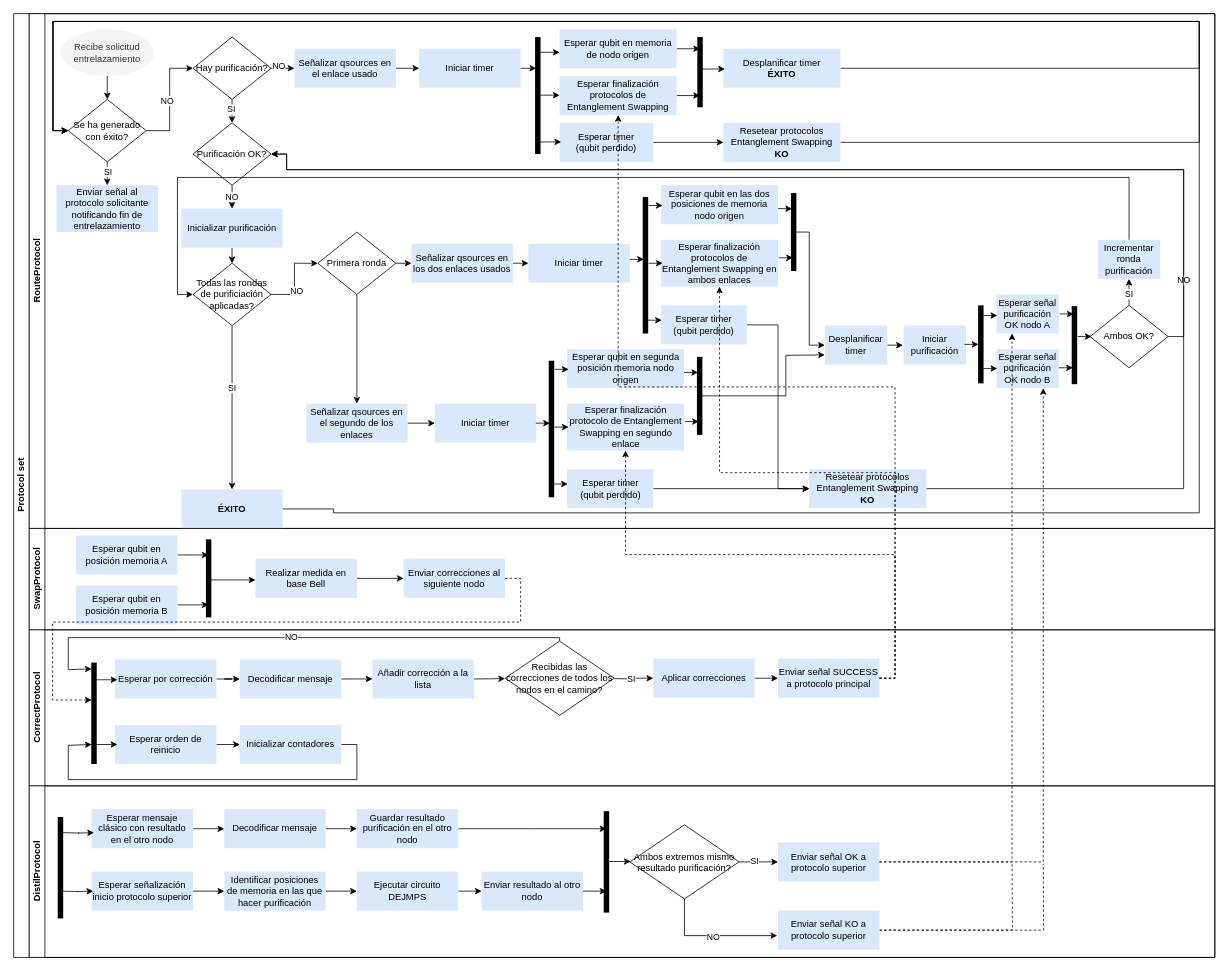
This is Diagramas/Flujo/tecRouteProtocol.drawio from davidpcuvigo/quantumcity, a draw.io file, before an edit. Source tidied: cells renumbered, new cells numbered last; positions are measured from the earlier drawing's top-left corner, leaving out a move shared by most shapes. Both pictures are drawn from the tidied source at 78%, with x=0, y=0 at pixel (13, 13).
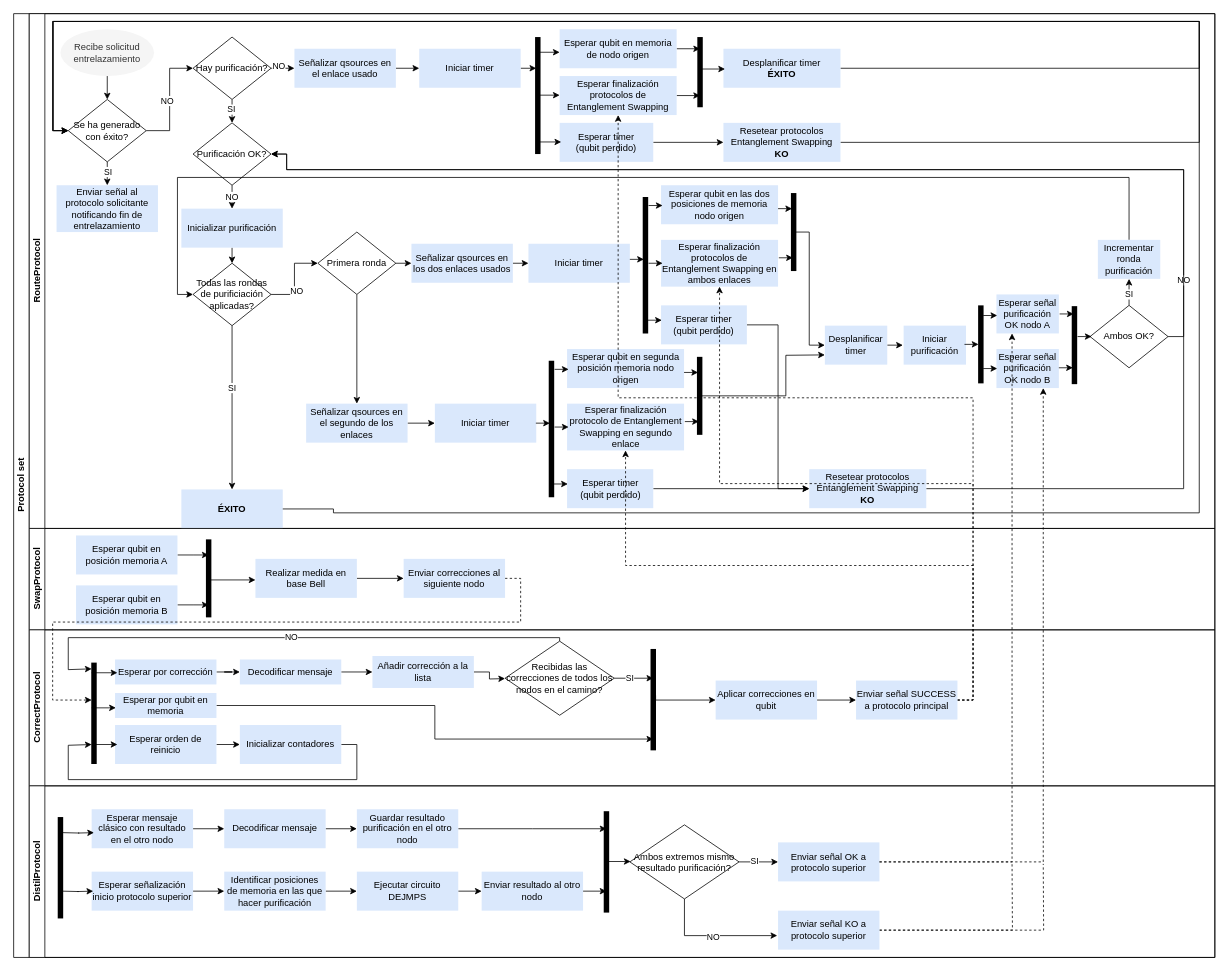
The same diagram, later.

Commit message (it also covers changes not shown here):
Corrección tiempo pérdida qubit

Unchanged cells that the change refers to:
```xml
<mxCell id="2" value="Protocol set" style="swimlane;html=1;horizontal=0;startSize=20;" parent="1" vertex="1">
  <mxGeometry width="1540" height="1210" as="geometry" />
</mxCell>
<mxCell id="22" value="Esperar finalización protocolos de Entanglement Swapping" style="rounded=0;whiteSpace=wrap;html=1;fillColor=#dae8fc;strokeColor=none;" parent="3" vertex="1">
  <mxGeometry x="680" y="80" width="150" height="50" as="geometry" />
</mxCell>
<mxCell id="49" value="Esperar finalización protocolos de Entanglement Swapping en ambos enlaces" style="rounded=0;whiteSpace=wrap;html=1;fillColor=#dae8fc;strokeColor=none;" parent="3" vertex="1">
  <mxGeometry x="810" y="290" width="150" height="60" as="geometry" />
</mxCell>
<mxCell id="62" value="Esperar finalización protocolo de Entanglement Swapping en segundo enlace" style="rounded=0;whiteSpace=wrap;html=1;fillColor=#dae8fc;strokeColor=none;" parent="3" vertex="1">
  <mxGeometry x="689.5" y="500" width="150" height="60" as="geometry" />
</mxCell>
<mxCell id="101" value="CorrectProtocol" style="swimlane;html=1;startSize=20;horizontal=0;" parent="2" vertex="1">
  <mxGeometry x="20" y="790" width="1520" height="200" as="geometry" />
</mxCell>
<mxCell id="112" value="Recibidas las correcciones de todos los nodos en el camino?" style="rhombus;whiteSpace=wrap;html=1;fontFamily=Helvetica;fontSize=12;fontColor=#000000;align=center;" parent="101" vertex="1">
  <mxGeometry x="610" y="14.5" width="140" height="95" as="geometry" />
</mxCell>
```

The edit, as a diff of the source:
```diff
@@
+    <mxCell id="121" style="edgeStyle=orthogonalEdgeStyle;rounded=0;jettySize=auto;html=1;exitX=1;exitY=0.5;exitDx=0;exitDy=0;entryX=0.5;entryY=1;entryDx=0;entryDy=0;dashed=1;" parent="2" edge="1" source="115" target="62">
+      <mxGeometry relative="1" as="geometry" />
+    </mxCell>
+    <mxCell id="122" style="edgeStyle=orthogonalEdgeStyle;rounded=0;jettySize=auto;html=1;exitX=1;exitY=0.5;exitDx=0;exitDy=0;entryX=0.5;entryY=1;entryDx=0;entryDy=0;dashed=1;" parent="2" edge="1" source="115" target="49">
+      <mxGeometry relative="1" as="geometry" />
+    </mxCell>
+    <mxCell id="123" style="edgeStyle=orthogonalEdgeStyle;rounded=0;jettySize=auto;html=1;exitX=1;exitY=0.5;exitDx=0;exitDy=0;entryX=0.5;entryY=1;entryDx=0;entryDy=0;dashed=1;" parent="2" edge="1" source="115" target="22">
+      <mxGeometry relative="1" as="geometry" />
+    </mxCell>
@@
     <mxCell id="103" value="Esperar por corrección" style="rounded=0;whiteSpace=wrap;html=1;fillColor=#dae8fc;strokeColor=none;" parent="101" vertex="1">
-      <mxGeometry x="110" y="38" width="130" height="50" as="geometry" />
+      <mxGeometry x="110" y="38" width="130" height="32" as="geometry" />
     </mxCell>
@@
     <mxCell id="107" value="Decodificar mensaje" style="rounded=0;whiteSpace=wrap;html=1;fillColor=#dae8fc;strokeColor=none;" parent="101" vertex="1">
-      <mxGeometry x="270" y="38" width="130" height="50" as="geometry" />
+      <mxGeometry x="270" y="38" width="130" height="32" as="geometry" />
     </mxCell>
@@
     <mxCell id="109" value="Añadir corrección a la lista" style="rounded=0;whiteSpace=wrap;html=1;fillColor=#dae8fc;strokeColor=none;" parent="101" vertex="1">
-      <mxGeometry x="440" y="38" width="130" height="50" as="geometry" />
+      <mxGeometry x="440" y="33.5" width="130" height="41" as="geometry" />
     </mxCell>
@@
+    <mxCell id="173" style="edgeStyle=orthogonalEdgeStyle;rounded=0;jettySize=auto;html=1;exitX=1;exitY=0.5;exitDx=0;exitDy=0;" parent="101" edge="1" source="112">
+      <mxGeometry relative="1" as="geometry">
+        <mxPoint x="800" y="62" as="targetPoint" />
+      </mxGeometry>
+    </mxCell>
+    <mxCell id="117" value="SI" style="edgeLabel;html=1;align=center;verticalAlign=middle;" parent="173" vertex="1">
+      <mxGeometry x="-0.25" y="1" relative="1" as="geometry" />
+    </mxCell>
@@
-    <mxCell id="114" value="Aplicar correcciones" style="rounded=0;whiteSpace=wrap;html=1;fillColor=#dae8fc;strokeColor=none;" parent="101" vertex="1">
-      <mxGeometry x="800" y="37" width="130" height="50" as="geometry" />
+    <mxCell id="114" value="Aplicar correcciones en qubit" style="rounded=0;whiteSpace=wrap;html=1;fillColor=#dae8fc;strokeColor=none;" parent="101" vertex="1">
+      <mxGeometry x="880" y="65" width="130" height="50" as="geometry" />
     </mxCell>
     <mxCell id="115" value="Enviar señal SUCCESS a protocolo principal" style="rounded=0;whiteSpace=wrap;html=1;fillColor=#dae8fc;strokeColor=none;" parent="101" vertex="1">
-      <mxGeometry x="960" y="37" width="130" height="50" as="geometry" />
+      <mxGeometry x="1060" y="65" width="130" height="50" as="geometry" />
     </mxCell>
-    <mxCell id="116" style="edgeStyle=orthogonalEdgeStyle;rounded=0;jettySize=auto;html=1;exitX=1;exitY=0.5;exitDx=0;exitDy=0;entryX=0;entryY=0.5;entryDx=0;entryDy=0;" parent="101" edge="1" target="114">
-      <mxGeometry relative="1" as="geometry">
-        <mxPoint x="750" y="62.5" as="sourcePoint" />
-      </mxGeometry>
-    </mxCell>
-    <mxCell id="117" value="SI" style="edgeLabel;html=1;align=center;verticalAlign=middle;" parent="116" vertex="1">
-      <mxGeometry x="-0.12" relative="1" as="geometry" />
-    </mxCell>
@@
-    <mxCell id="121" style="edgeStyle=orthogonalEdgeStyle;rounded=0;jettySize=auto;html=1;exitX=1;exitY=0.5;exitDx=0;exitDy=0;entryX=0.5;entryY=1;entryDx=0;entryDy=0;dashed=1;" parent="2" edge="1" source="115" target="62">
-      <mxGeometry relative="1" as="geometry" />
-    </mxCell>
-    <mxCell id="122" style="edgeStyle=orthogonalEdgeStyle;rounded=0;jettySize=auto;html=1;exitX=1;exitY=0.5;exitDx=0;exitDy=0;entryX=0.5;entryY=1;entryDx=0;entryDy=0;dashed=1;" parent="2" edge="1" source="115" target="49">
-      <mxGeometry relative="1" as="geometry" />
-    </mxCell>
-    <mxCell id="123" style="edgeStyle=orthogonalEdgeStyle;rounded=0;jettySize=auto;html=1;exitX=1;exitY=0.5;exitDx=0;exitDy=0;entryX=0.5;entryY=1;entryDx=0;entryDy=0;dashed=1;" parent="2" edge="1" source="115" target="22">
-      <mxGeometry relative="1" as="geometry" />
-    </mxCell>
+    <mxCell id="174" style="edgeStyle=orthogonalEdgeStyle;rounded=0;jettySize=auto;html=1;exitX=1;exitY=0.5;exitDx=0;exitDy=0;" parent="101" edge="1" source="175">
+      <mxGeometry relative="1" as="geometry">
+        <mxPoint x="800" y="140" as="targetPoint" />
+        <Array as="points">
+          <mxPoint x="520" y="97" />
+          <mxPoint x="520" y="140" />
+        </Array>
+      </mxGeometry>
+    </mxCell>
+    <mxCell id="175" value="Esperar por qubit en memoria" style="rounded=0;whiteSpace=wrap;html=1;fillColor=#dae8fc;strokeColor=none;" parent="101" vertex="1">
+      <mxGeometry x="110" y="81" width="130" height="32" as="geometry" />
+    </mxCell>
+    <mxCell id="176" style="edgeStyle=orthogonalEdgeStyle;rounded=0;jettySize=auto;html=1;entryX=0;entryY=0.5;entryDx=0;entryDy=0;" parent="101" edge="1" target="114">
+      <mxGeometry relative="1" as="geometry">
+        <mxPoint x="803" y="84" as="sourcePoint" />
+        <Array as="points">
+          <mxPoint x="803" y="90" />
+        </Array>
+      </mxGeometry>
+    </mxCell>
@@
     <mxCell id="172" style="edgeStyle=orthogonalEdgeStyle;rounded=0;orthogonalLoop=1;jettySize=auto;html=1;entryX=0;entryY=0.5;entryDx=0;entryDy=0;" parent="1" edge="1">
       <mxGeometry relative="1" as="geometry">
-        <mxPoint x="100" y="854" as="sourcePoint" />
-        <mxPoint x="133" y="854" as="targetPoint" />
+        <mxPoint x="100" y="845" as="sourcePoint" />
+        <mxPoint x="133" y="845" as="targetPoint" />
       </mxGeometry>
     </mxCell>
+    <mxCell id="177" style="endArrow=none;html=1;rounded=0;strokeWidth=7;edgeStyle=orthogonalEdgeStyle;" parent="1" edge="1">
+      <mxGeometry relative="1" as="geometry">
+        <mxPoint x="820" y="944.5" as="sourcePoint" />
+        <mxPoint x="820" y="814.5" as="targetPoint" />
+        <Array as="points">
+          <mxPoint x="820" y="844.5" />
+          <mxPoint x="820" y="844.5" />
+        </Array>
+      </mxGeometry>
+    </mxCell>
+    <mxCell id="178" style="edgeStyle=orthogonalEdgeStyle;rounded=0;orthogonalLoop=1;jettySize=auto;html=1;entryX=0;entryY=0.5;entryDx=0;entryDy=0;" parent="1" edge="1">
+      <mxGeometry relative="1" as="geometry">
+        <mxPoint x="100" y="890" as="sourcePoint" />
+        <mxPoint x="131" y="890" as="targetPoint" />
+      </mxGeometry>
+    </mxCell>
```
